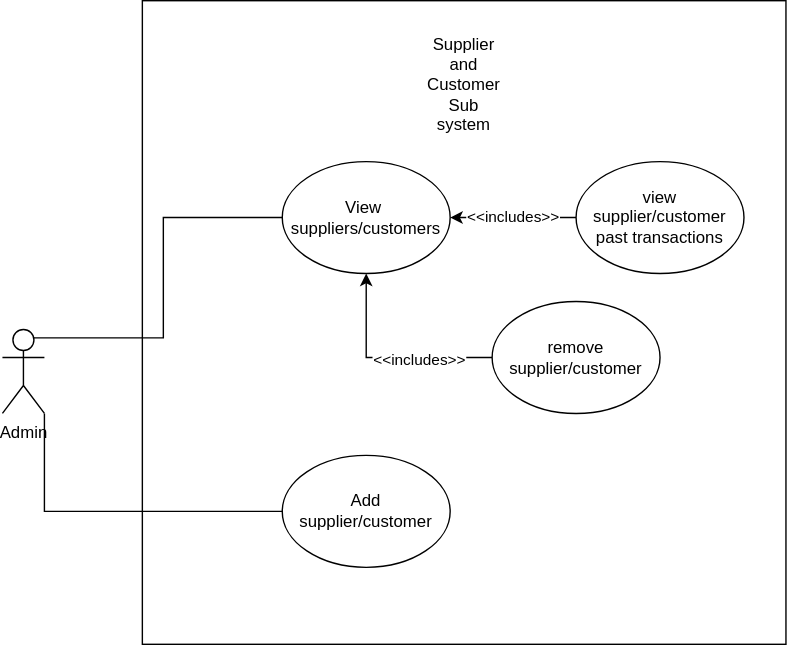
Earlier version of the draw.io export supplier.svg (Simamkele88/IFM3_GP). Source tidied: cells renumbered, new cells last; positions are measured from the earlier drawing's top-left corner, leaving out a move shared by most shapes.
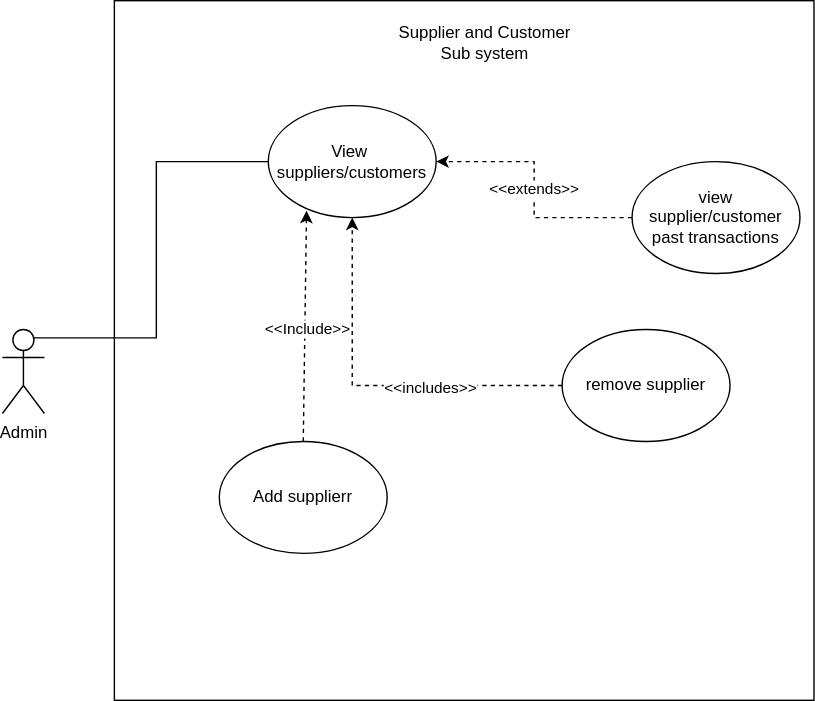
Above is the later version.

Diff of the diagram source:
```diff
@@ -3,40 +3,43 @@
     <mxCell id="0" />
     <mxCell id="1" parent="0" />
     <mxCell id="2" style="whiteSpace=wrap;html=1;" parent="1" vertex="1">
-      <mxGeometry x="100" width="460" height="460" as="geometry" />
+      <mxGeometry x="80" width="500" height="500" as="geometry" />
     </mxCell>
     <mxCell id="3" value="View&amp;nbsp; suppliers/customers " style="ellipse;whiteSpace=wrap;html=1;" parent="1" vertex="1">
-      <mxGeometry x="200" y="115" width="120" height="80" as="geometry" />
+      <mxGeometry x="190" y="75" width="120" height="80" as="geometry" />
     </mxCell>
-    <mxCell id="4" value="&amp;lt;&amp;lt;includes&amp;gt;&amp;gt;" style="edgeStyle=orthogonalEdgeStyle;rounded=0;jettySize=auto;html=1;exitX=0;exitY=0.5;exitDx=0;exitDy=0;entryX=1;entryY=0.5;entryDx=0;entryDy=0;" parent="1" edge="1" source="5" target="3">
+    <mxCell id="4" value="&amp;lt;&amp;lt;extends&amp;gt;&amp;gt;" style="edgeStyle=orthogonalEdgeStyle;rounded=0;jettySize=auto;html=1;exitX=0;exitY=0.5;exitDx=0;exitDy=0;entryX=1;entryY=0.5;entryDx=0;entryDy=0;dashed=1;" parent="1" edge="1" source="5" target="3">
       <mxGeometry relative="1" as="geometry" />
     </mxCell>
     <mxCell id="5" value="view supplier/customer past transactions" style="ellipse;whiteSpace=wrap;html=1;" parent="1" vertex="1">
-      <mxGeometry x="410" y="115" width="120" height="80" as="geometry" />
+      <mxGeometry x="450" y="115" width="120" height="80" as="geometry" />
     </mxCell>
     <mxCell id="6" value="Supplier and Customer Sub system" style="text;html=1;align=center;verticalAlign=middle;whiteSpace=wrap;rounded=0;" parent="1" vertex="1">
-      <mxGeometry x="300" y="45" width="60" height="30" as="geometry" />
+      <mxGeometry x="275" y="15" width="140" height="30" as="geometry" />
     </mxCell>
     <mxCell id="7" style="edgeStyle=orthogonalEdgeStyle;rounded=0;jettySize=auto;html=1;exitX=0.75;exitY=0.1;exitDx=0;exitDy=0;exitPerimeter=0;entryX=0;entryY=0.5;entryDx=0;entryDy=0;endArrow=none;startFill=0;" parent="1" edge="1" source="9" target="3">
       <mxGeometry relative="1" as="geometry" />
     </mxCell>
-    <mxCell id="8" style="edgeStyle=orthogonalEdgeStyle;rounded=0;jettySize=auto;html=1;exitX=1;exitY=1;exitDx=0;exitDy=0;exitPerimeter=0;entryX=0;entryY=0.5;entryDx=0;entryDy=0;endArrow=none;startFill=0;" parent="1" edge="1" source="9" target="10">
-      <mxGeometry relative="1" as="geometry" />
-    </mxCell>
     <mxCell id="9" value="Admin" style="shape=umlActor;verticalLabelPosition=bottom;verticalAlign=top;html=1;outlineConnect=0;" parent="1" vertex="1">
       <mxGeometry y="235" width="30" height="60" as="geometry" />
     </mxCell>
-    <mxCell id="10" value="Add supplier/customer" style="ellipse;whiteSpace=wrap;html=1;" parent="1" vertex="1">
-      <mxGeometry x="200" y="325" width="120" height="80" as="geometry" />
+    <mxCell id="10" value="Add supplierr" style="ellipse;whiteSpace=wrap;html=1;" parent="1" vertex="1">
+      <mxGeometry x="155" y="315" width="120" height="80" as="geometry" />
     </mxCell>
-    <mxCell id="11" style="edgeStyle=orthogonalEdgeStyle;rounded=0;jettySize=auto;html=1;exitX=0;exitY=0.5;exitDx=0;exitDy=0;entryX=0.5;entryY=1;entryDx=0;entryDy=0;" parent="1" edge="1" source="13" target="3">
+    <mxCell id="11" style="edgeStyle=orthogonalEdgeStyle;rounded=0;jettySize=auto;html=1;exitX=0;exitY=0.5;exitDx=0;exitDy=0;entryX=0.5;entryY=1;entryDx=0;entryDy=0;dashed=1;" parent="1" edge="1" source="13" target="3">
       <mxGeometry relative="1" as="geometry" />
     </mxCell>
     <mxCell id="12" value="&amp;lt;&amp;lt;includes&amp;gt;&amp;gt;" style="edgeLabel;html=1;align=center;verticalAlign=middle;" parent="11" vertex="1">
       <mxGeometry x="-0.3" y="1" relative="1" as="geometry" />
     </mxCell>
-    <mxCell id="13" value="remove supplier/customer" style="ellipse;whiteSpace=wrap;html=1;" parent="1" vertex="1">
-      <mxGeometry x="350" y="215" width="120" height="80" as="geometry" />
+    <mxCell id="13" value="remove supplier" style="ellipse;whiteSpace=wrap;html=1;" parent="1" vertex="1">
+      <mxGeometry x="400" y="235" width="120" height="80" as="geometry" />
     </mxCell>
+    <mxCell id="14" style="endArrow=classic;html=1;rounded=0;entryX=0.228;entryY=0.938;entryDx=0;entryDy=0;exitX=0.5;exitY=0;exitDx=0;exitDy=0;dashed=1;entryPerimeter=0;" parent="1" edge="1" source="10" target="3">
+      <mxGeometry relative="1" as="geometry" />
+    </mxCell>
+    <mxCell id="15" value="&amp;lt;&amp;lt;Include&amp;gt;&amp;gt;" style="edgeLabel;html=1;align=center;verticalAlign=middle;" parent="14" vertex="1">
+      <mxGeometry x="-0.01" y="-1" relative="1" as="geometry" />
+    </mxCell>
   </root>
 </mxGraphModel>
```
